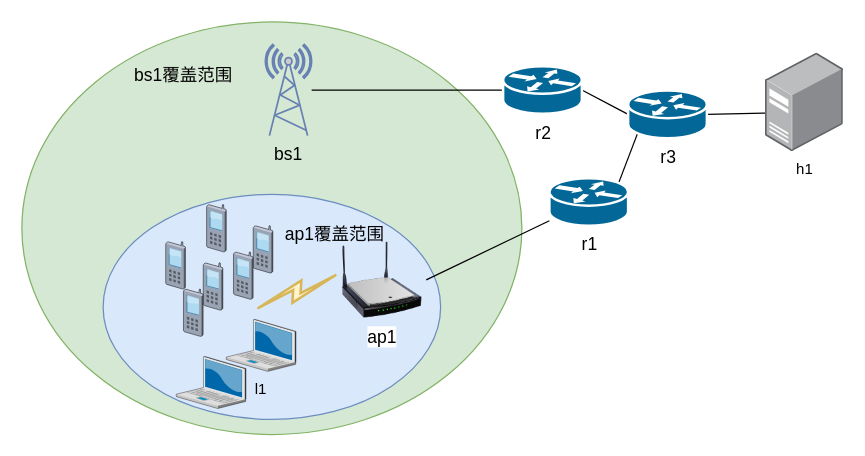
Before: page "典型案例分析" (2 of 4) of 实验拓扑和结果.drawio in Icarus1994/neutron_conf, a draw.io diagram. Source tidied: cells renumbered, new cells numbered last; positions are measured from the earlier drawing's top-left corner, leaving out a move shared by most shapes. Both pictures are drawn from the tidied source at 125%, with x=0, y=0 at pixel (21, 21).
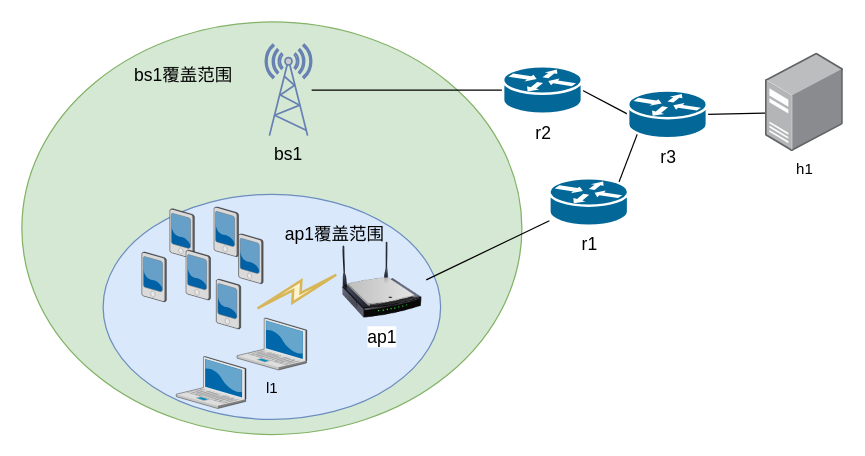
The same page after the edit.

Diff of the diagram source:
```diff
@@
-    <mxCell id="16" style="verticalLabelPosition=bottom;html=1;verticalAlign=top;strokeColor=none;align=center;shape=mxgraph.citrix.cell_phone;" parent="1" vertex="1">
-      <mxGeometry x="115" y="175.8" width="15.8" height="37.9" as="geometry" />
-    </mxCell>
-    <mxCell id="17" style="verticalLabelPosition=bottom;html=1;verticalAlign=top;strokeColor=none;align=center;shape=mxgraph.citrix.cell_phone;" parent="1" vertex="1">
-      <mxGeometry x="145" y="192.7" width="15.8" height="37.9" as="geometry" />
-    </mxCell>
-    <mxCell id="18" style="verticalLabelPosition=bottom;html=1;verticalAlign=top;strokeColor=none;align=center;shape=mxgraph.citrix.cell_phone;" parent="1" vertex="1">
-      <mxGeometry x="129.2" y="213.7" width="15.8" height="37.9" as="geometry" />
-    </mxCell>
     <mxCell id="19" value="l1" style="verticalLabelPosition=bottom;html=1;verticalAlign=top;strokeColor=none;align=center;shape=mxgraph.citrix.laptop_2;" parent="1" vertex="1">
-      <mxGeometry x="163.5" y="238" width="55.8" height="41.6" as="geometry" />
+      <mxGeometry x="172.1" y="236.9" width="55.8" height="41.6" as="geometry" />
     </mxCell>
-    <mxCell id="20" style="verticalLabelPosition=bottom;html=1;verticalAlign=top;strokeColor=none;align=center;shape=mxgraph.citrix.cell_phone;" parent="1" vertex="1">
-      <mxGeometry x="147.7" y="146.1" width="15.8" height="37.9" as="geometry" />
-    </mxCell>
-    <mxCell id="21" style="verticalLabelPosition=bottom;html=1;verticalAlign=top;strokeColor=none;align=center;shape=mxgraph.citrix.cell_phone;" parent="1" vertex="1">
-      <mxGeometry x="185" y="163" width="15.8" height="37.9" as="geometry" />
-    </mxCell>
-    <mxCell id="22" style="verticalLabelPosition=bottom;html=1;verticalAlign=top;strokeColor=none;align=center;shape=mxgraph.citrix.cell_phone;" parent="1" vertex="1">
-      <mxGeometry x="169.2" y="184" width="15.8" height="37.9" as="geometry" />
-    </mxCell>
@@
+    <mxCell id="26" style="group;" parent="1" vertex="1">
+      <mxGeometry x="96" y="148" width="97" height="99" as="geometry" />
+    </mxCell>
+    <mxCell id="27" style="verticalLabelPosition=bottom;html=1;verticalAlign=top;strokeColor=none;align=center;shape=mxgraph.citrix.pda;" parent="26" vertex="1">
+      <mxGeometry x="22.4" y="1.5" width="19.6" height="39.9" as="geometry" />
+    </mxCell>
+    <mxCell id="28" style="verticalLabelPosition=bottom;html=1;verticalAlign=top;strokeColor=none;align=center;shape=mxgraph.citrix.pda;" parent="26" vertex="1">
+      <mxGeometry x="59.5" y="57.8" width="19.6" height="39.9" as="geometry" />
+    </mxCell>
+    <mxCell id="29" style="verticalLabelPosition=bottom;html=1;verticalAlign=top;strokeColor=none;align=center;shape=mxgraph.citrix.pda;" parent="26" vertex="1">
+      <mxGeometry y="36.1" width="19.6" height="39.9" as="geometry" />
+    </mxCell>
+    <mxCell id="30" style="verticalLabelPosition=bottom;html=1;verticalAlign=top;strokeColor=none;align=center;shape=mxgraph.citrix.pda;" parent="26" vertex="1">
+      <mxGeometry x="57.7" width="19.6" height="39.9" as="geometry" />
+    </mxCell>
+    <mxCell id="31" style="verticalLabelPosition=bottom;html=1;verticalAlign=top;strokeColor=none;align=center;shape=mxgraph.citrix.pda;" parent="26" vertex="1">
+      <mxGeometry x="77.4" y="21.6" width="19.6" height="39.9" as="geometry" />
+    </mxCell>
+    <mxCell id="32" style="verticalLabelPosition=bottom;html=1;verticalAlign=top;strokeColor=none;align=center;shape=mxgraph.citrix.pda;" parent="26" vertex="1">
+      <mxGeometry x="35.3" y="34.6" width="19.6" height="39.9" as="geometry" />
+    </mxCell>
```
